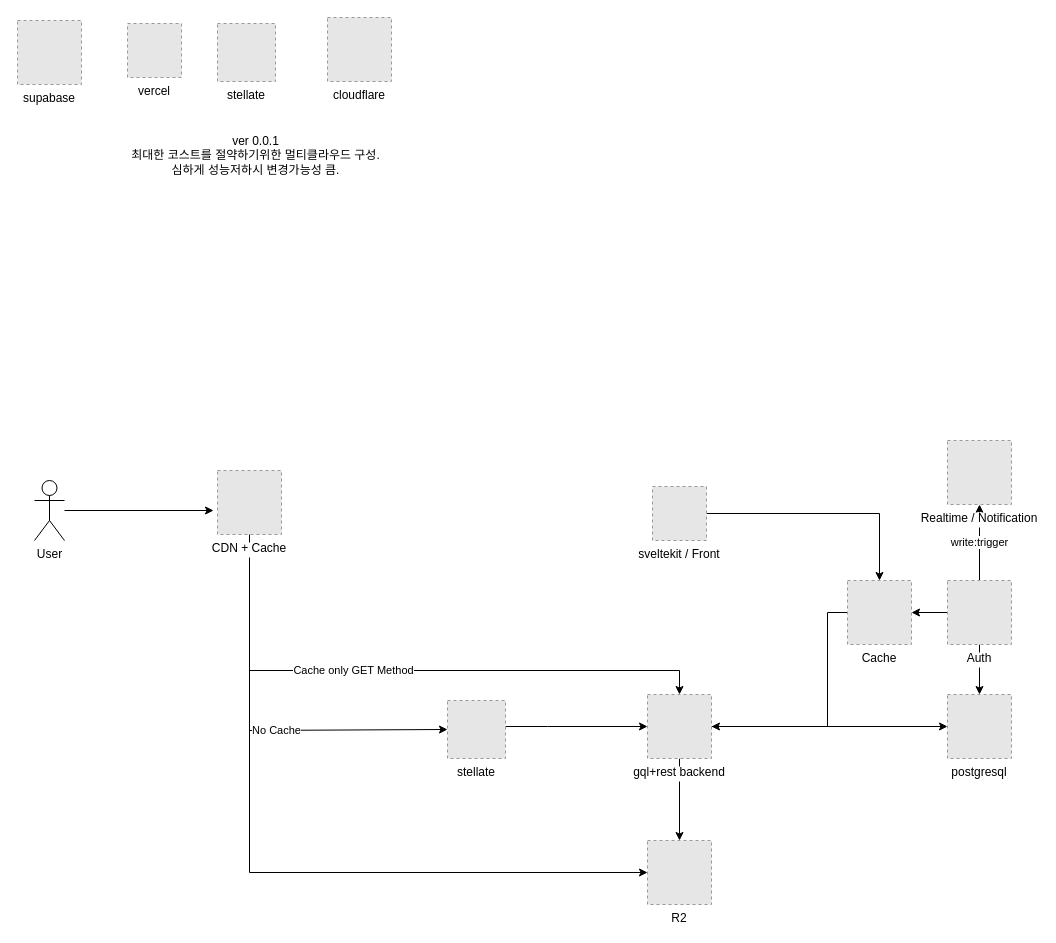
leesh0/study keeps this draw.io diagram as resources/zzrb.drawio. Above is the earlier version. Source tidied: cells renumbered, new cells numbered last; positions are measured from the earlier drawing's top-left corner, leaving out a move shared by most shapes. Both pictures are drawn from the tidied source at 100%, with x=0, y=0 at pixel (17, 17). Pictures stored in the file or linked from it are replaced by grey dashed boxes.
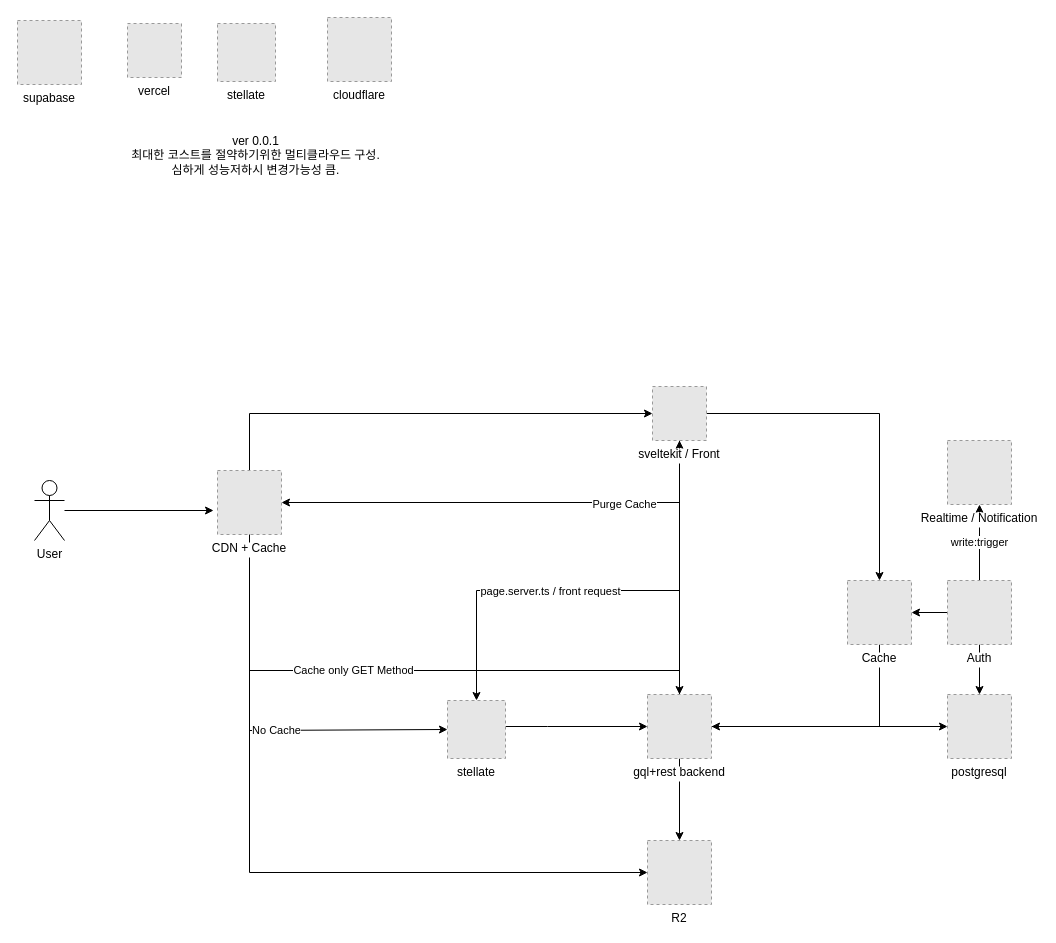
The same page after the edit.

Unchanged cells that the change refers to:
```xml
<mxCell id="11" value="CDN + Cache" style="fillColor=#E6E6E6;strokeColor=#999999;dashed=1;verticalLabelPosition=bottom;labelBackgroundColor=default;verticalAlign=top;" parent="1" vertex="1">
  <mxGeometry x="200" y="453" width="64" height="64" as="geometry" />
</mxCell>
<mxCell id="16" value="stellate" style="fillColor=#E6E6E6;strokeColor=#999999;dashed=1;verticalLabelPosition=bottom;labelBackgroundColor=default;verticalAlign=top;" parent="1" vertex="1">
  <mxGeometry x="430" y="683" width="58" height="58" as="geometry" />
</mxCell>
<mxCell id="19" value="gql+rest backend" style="fillColor=#E6E6E6;strokeColor=#999999;dashed=1;verticalLabelPosition=bottom;labelBackgroundColor=default;verticalAlign=top;" parent="1" vertex="1">
  <mxGeometry x="630" y="677" width="64" height="64" as="geometry" />
</mxCell>
<mxCell id="26" value="Cache" style="fillColor=#E6E6E6;strokeColor=#999999;dashed=1;verticalLabelPosition=bottom;labelBackgroundColor=default;verticalAlign=top;" parent="1" vertex="1">
  <mxGeometry x="830" y="563" width="64" height="64" as="geometry" />
</mxCell>
```

Change to the diagram source:
```diff
@@
+    <mxCell id="31" style="edgeStyle=orthogonalEdgeStyle;rounded=0;jettySize=auto;html=1;entryX=0;entryY=0.5;entryDx=0;entryDy=0;" parent="1" edge="1" source="11" target="30">
+      <mxGeometry relative="1" as="geometry">
+        <Array as="points">
+          <mxPoint x="232" y="396" />
+        </Array>
+      </mxGeometry>
+    </mxCell>
@@
+    <mxCell id="32" style="edgeStyle=orthogonalEdgeStyle;rounded=0;jettySize=auto;html=1;entryX=1;entryY=0.5;entryDx=0;entryDy=0;" parent="1" edge="1" source="19" target="11">
+      <mxGeometry relative="1" as="geometry">
+        <Array as="points">
+          <mxPoint x="662" y="485" />
+        </Array>
+      </mxGeometry>
+    </mxCell>
+    <mxCell id="33" value="Purge Cache" style="edgeLabel;html=1;align=center;verticalAlign=middle;" parent="32" vertex="1">
+      <mxGeometry x="-0.16" y="1" relative="1" as="geometry" />
+    </mxCell>
+    <mxCell id="34" style="edgeStyle=orthogonalEdgeStyle;rounded=0;jettySize=auto;html=1;" parent="1" edge="1" source="19" target="30">
+      <mxGeometry relative="1" as="geometry" />
+    </mxCell>
@@
     <mxCell id="25" style="edgeStyle=orthogonalEdgeStyle;rounded=0;jettySize=auto;html=1;entryX=1;entryY=0.5;entryDx=0;entryDy=0;" parent="1" edge="1" source="26" target="19">
       <mxGeometry relative="1" as="geometry">
         <Array as="points">
-          <mxPoint x="810" y="595" />
-          <mxPoint x="810" y="709" />
+          <mxPoint x="862" y="709" />
         </Array>
       </mxGeometry>
     </mxCell>
@@
+    <mxCell id="35" style="edgeStyle=orthogonalEdgeStyle;rounded=0;jettySize=auto;html=1;entryX=0.5;entryY=0;entryDx=0;entryDy=0;" parent="1" edge="1" source="30" target="16">
+      <mxGeometry relative="1" as="geometry">
+        <Array as="points">
+          <mxPoint x="662" y="573" />
+          <mxPoint x="459" y="573" />
+        </Array>
+      </mxGeometry>
+    </mxCell>
+    <mxCell id="36" value="page.server.ts / front request" style="edgeLabel;html=1;align=center;verticalAlign=middle;" parent="35" vertex="1">
+      <mxGeometry x="0.21" relative="1" as="geometry" />
+    </mxCell>
     <mxCell id="30" value="sveltekit / Front" style="fillColor=#E6E6E6;strokeColor=#999999;dashed=1;verticalLabelPosition=bottom;labelBackgroundColor=default;verticalAlign=top;" parent="1" vertex="1">
-      <mxGeometry x="635" y="469" width="54" height="54" as="geometry" />
+      <mxGeometry x="635" y="369" width="54" height="54" as="geometry" />
     </mxCell>
```
